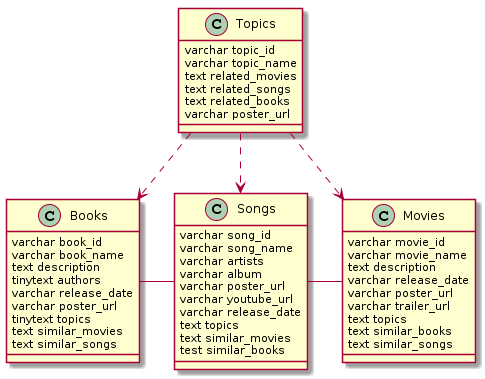
Before: assets/UML Diagram.png, a diagram exported from PlantUML (Daniel9650/IDB).
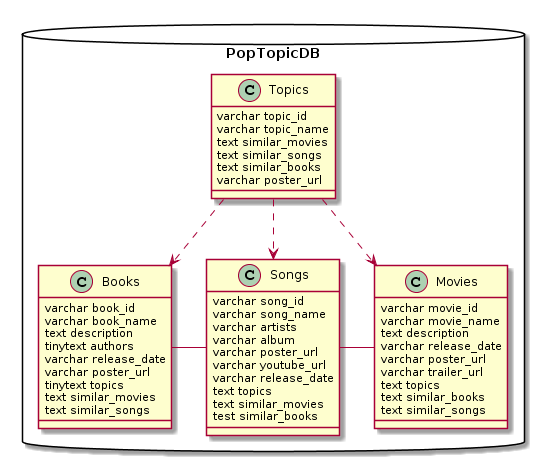
The same diagram one commit later.

Change to the diagram source:
```diff
@@ -1,54 +1,56 @@
 @startuml
-Topics..>Songs
-Topics..>Movies
-Topics..>Books
+database "PopTopicDB" {
+	Topics..>Songs
+	Topics..>Movies
+	Topics..>Books
 
-Books - Songs
-Songs - Movies
+	Books - Songs
+	Songs - Movies
 
-class Movies {
-   varchar movie_id
-   varchar movie_name
-   text description
-   varchar release_date
-   varchar poster_url
-   varchar trailer_url
-   text topics
-   text similar_books
-   text similar_songs
-}
+	class Movies {
+	   varchar movie_id
+	   varchar movie_name
+	   text description
+	   varchar release_date
+	   varchar poster_url
+	   varchar trailer_url
+	   text topics
+	   text similar_books
+	   text similar_songs
+	}
 
-class Books {
-   varchar book_id
-   varchar book_name
-   text description
-   tinytext authors
-   varchar release_date
-   varchar poster_url
-   tinytext topics
-   text similar_movies
-   text similar_songs
-}
+	class Books {
+	   varchar book_id
+	   varchar book_name
+	   text description
+	   tinytext authors
+	   varchar release_date
+	   varchar poster_url
+	   tinytext topics
+	   text similar_movies
+	   text similar_songs
+	}
 
-class Songs {
-   varchar song_id
-   varchar song_name
-   varchar artists
-   varchar album
-   varchar poster_url
-   varchar youtube_url
-   varchar release_date
-   text topics
-   text similar_movies
-   test similar_books
-}
+	class Songs {
+	   varchar song_id
+	   varchar song_name
+	   varchar artists
+	   varchar album
+	   varchar poster_url
+	   varchar youtube_url
+	   varchar release_date
+	   text topics
+	   text similar_movies
+	   test similar_books
+	}
 
-class Topics {
-   varchar topic_id
-   varchar topic_name
-   text related_movies
-   text related_songs
-   text related_books
-   varchar poster_url
+	class Topics {
+	   varchar topic_id
+	   varchar topic_name
+	   text similar_movies
+	   text similar_songs
+	   text similar_books
+	   varchar poster_url
+	}
 }
 @enduml
```
